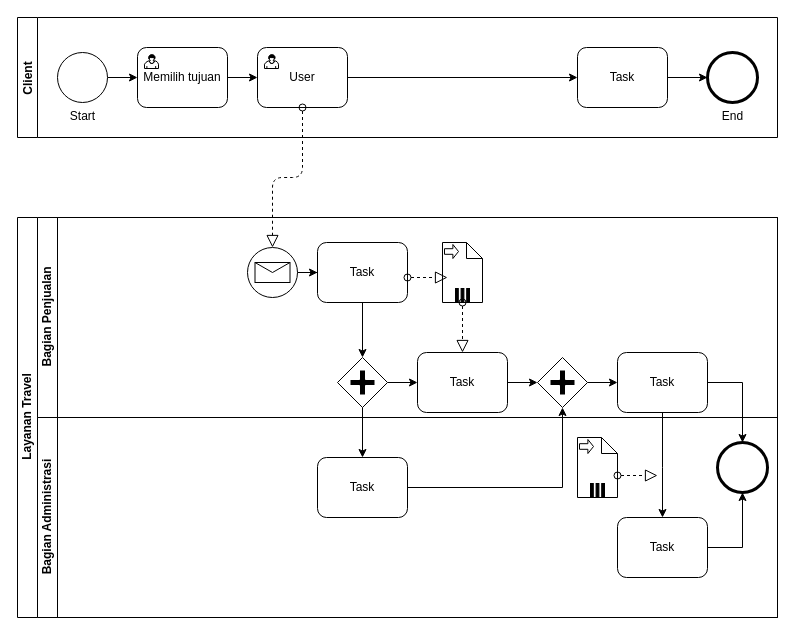
This is Tugas/BPMN.drawio from kucingtakucin/Proses-Bisnis-dan-SIM, a draw.io file, before an edit. Source tidied: cells renumbered, new cells numbered last; positions are measured from the earlier drawing's top-left corner, leaving out a move shared by most shapes. Both pictures are drawn from the tidied source at 100%, with x=0, y=0 at pixel (17, 17).
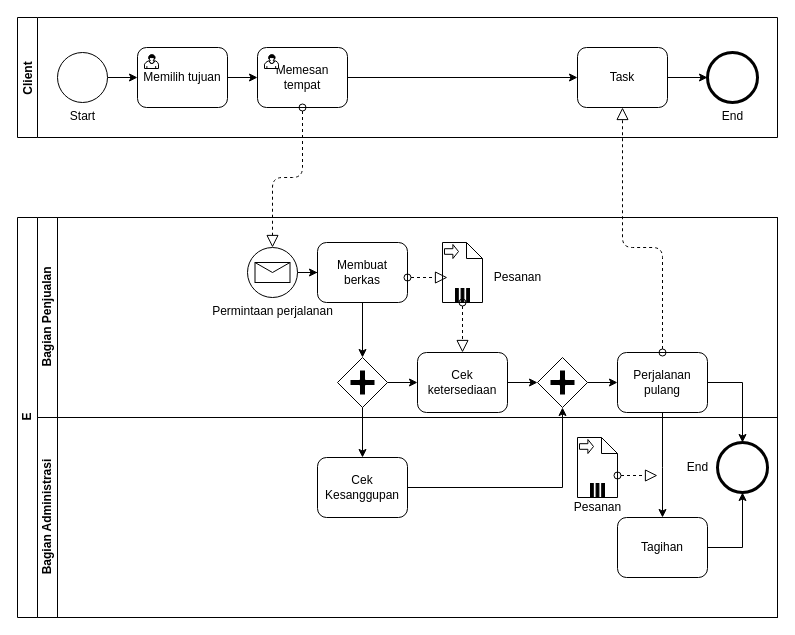
Above is the later version.

Unchanged cells that the change refers to:
```xml
<mxCell id="2" value="Client" style="swimlane;startSize=20;horizontal=0;" parent="1" vertex="1">
  <mxGeometry width="760" height="120" as="geometry" />
</mxCell>
<mxCell id="12" value="Task" style="shape=ext;rounded=1;html=1;whiteSpace=wrap;" parent="2" vertex="1">
  <mxGeometry x="560" y="30" width="90" height="60" as="geometry" />
</mxCell>
<mxCell id="15" value="Bagian Penjualan" style="swimlane;html=1;startSize=20;horizontal=0;" parent="14" vertex="1">
  <mxGeometry x="20" width="740" height="200" as="geometry" />
</mxCell>
<mxCell id="32" value="Bagian Administrasi" style="swimlane;html=1;startSize=20;horizontal=0;" parent="14" vertex="1">
  <mxGeometry x="20" y="200" width="740" height="200" as="geometry" />
</mxCell>
```

Diff of the diagram source:
```diff
@@
-    <mxCell id="9" value="User" style="html=1;whiteSpace=wrap;rounded=1;" parent="2" vertex="1">
+    <mxCell id="9" value="Memesan tempat" style="html=1;whiteSpace=wrap;rounded=1;" parent="2" vertex="1">
       <mxGeometry x="240" y="30" width="90" height="60" as="geometry" />
     </mxCell>
@@
-    <mxCell id="14" value="Layanan Travel" style="swimlane;html=1;horizontal=0;startSize=20;" parent="1" vertex="1">
+    <mxCell id="14" value="E" style="swimlane;html=1;horizontal=0;startSize=20;" parent="1" vertex="1">
       <mxGeometry y="200" width="760" height="400" as="geometry" />
     </mxCell>
@@
-    <mxCell id="20" style="shape=mxgraph.bpmn.shape;html=1;verticalLabelPosition=bottom;labelBackgroundColor=#ffffff;verticalAlign=top;align=center;perimeter=ellipsePerimeter;outlineConnect=0;outline=standard;symbol=message;" parent="15" vertex="1">
+    <mxCell id="20" value="Permintaan perjalanan" style="shape=mxgraph.bpmn.shape;html=1;verticalLabelPosition=bottom;labelBackgroundColor=#ffffff;verticalAlign=top;align=center;perimeter=ellipsePerimeter;outlineConnect=0;outline=standard;symbol=message;" parent="15" vertex="1">
       <mxGeometry x="210" y="30" width="50" height="50" as="geometry" />
     </mxCell>
@@
-    <mxCell id="22" value="Task" style="shape=ext;rounded=1;html=1;whiteSpace=wrap;" parent="15" vertex="1">
+    <mxCell id="22" value="Membuat berkas" style="shape=ext;rounded=1;html=1;whiteSpace=wrap;" parent="15" vertex="1">
       <mxGeometry x="280" y="25" width="90" height="60" as="geometry" />
     </mxCell>
@@
+    <mxCell id="46" value="Pesanan" style="text;html=1;align=center;verticalAlign=middle;" parent="15" vertex="1">
+      <mxGeometry x="445" y="50" width="70" height="20" as="geometry" />
+    </mxCell>
@@
-    <mxCell id="27" value="Task" style="shape=ext;rounded=1;html=1;whiteSpace=wrap;" parent="15" vertex="1">
+    <mxCell id="27" value="Cek ketersediaan" style="shape=ext;rounded=1;html=1;whiteSpace=wrap;" parent="15" vertex="1">
       <mxGeometry x="380" y="135" width="90" height="60" as="geometry" />
     </mxCell>
@@
-    <mxCell id="30" value="Task" style="shape=ext;rounded=1;html=1;whiteSpace=wrap;" parent="15" vertex="1">
+    <mxCell id="30" value="Perjalanan pulang" style="shape=ext;rounded=1;html=1;whiteSpace=wrap;" parent="15" vertex="1">
       <mxGeometry x="580" y="135" width="90" height="60" as="geometry" />
     </mxCell>
@@
+    <mxCell id="47" value="End" style="text;html=1;align=center;verticalAlign=middle;" parent="32" vertex="1">
+      <mxGeometry x="640" y="40" width="40" height="20" as="geometry" />
+    </mxCell>
@@
-    <mxCell id="37" value="Task" style="shape=ext;rounded=1;html=1;whiteSpace=wrap;" parent="32" vertex="1">
+    <mxCell id="37" value="Cek Kesanggupan" style="shape=ext;rounded=1;html=1;whiteSpace=wrap;" parent="32" vertex="1">
       <mxGeometry x="280" y="40" width="90" height="60" as="geometry" />
     </mxCell>
@@
+    <mxCell id="48" value="Pesanan" style="text;html=1;align=center;verticalAlign=middle;" parent="32" vertex="1">
+      <mxGeometry x="525" y="80" width="70" height="20" as="geometry" />
+    </mxCell>
-    <mxCell id="39" value="Task" style="shape=ext;rounded=1;html=1;whiteSpace=wrap;" parent="32" vertex="1">
+    <mxCell id="39" value="Tagihan" style="shape=ext;rounded=1;html=1;whiteSpace=wrap;" parent="32" vertex="1">
       <mxGeometry x="580" y="100" width="90" height="60" as="geometry" />
     </mxCell>
@@
+    <mxCell id="49" style="startArrow=oval;startFill=0;startSize=7;endArrow=block;endFill=0;endSize=10;dashed=1;html=1;entryX=0.5;entryY=1;entryDx=0;entryDy=0;exitX=0.5;exitY=0;exitDx=0;exitDy=0;" parent="1" edge="1" source="30" target="12">
+      <mxGeometry relative="1" as="geometry">
+        <Array as="points">
+          <mxPoint x="645" y="230" />
+          <mxPoint x="605" y="230" />
+        </Array>
+      </mxGeometry>
+    </mxCell>
```
